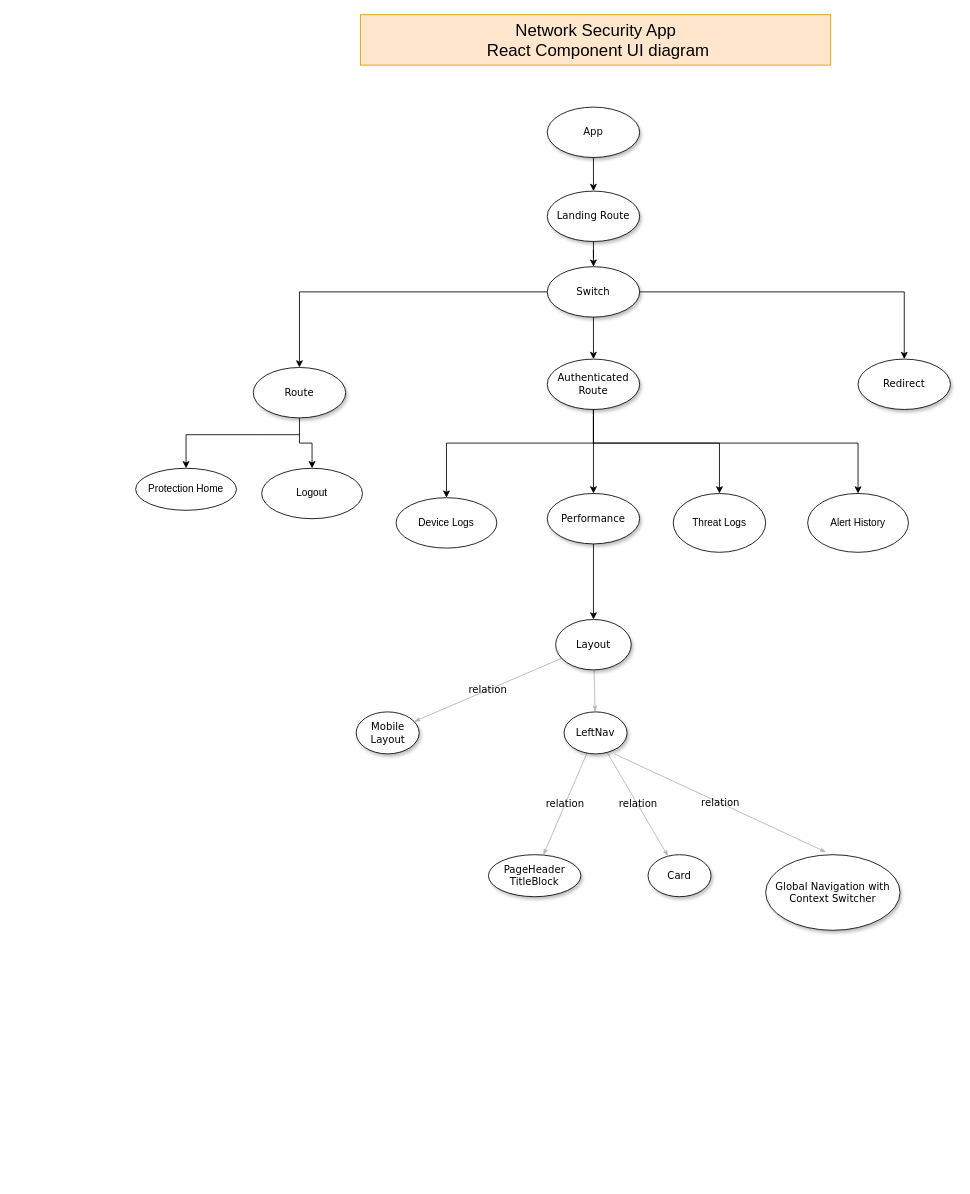
Above: front-end/React Component Diagram.drawio in jayanth0107/architecture-diagrams (draw.io), before the change. Source tidied: cells renumbered, new cells numbered last; positions are measured from the earlier drawing's top-left corner, leaving out a move shared by most shapes. Both pictures are drawn from the tidied source at 84%, with x=0, y=0 at pixel (135, 14).
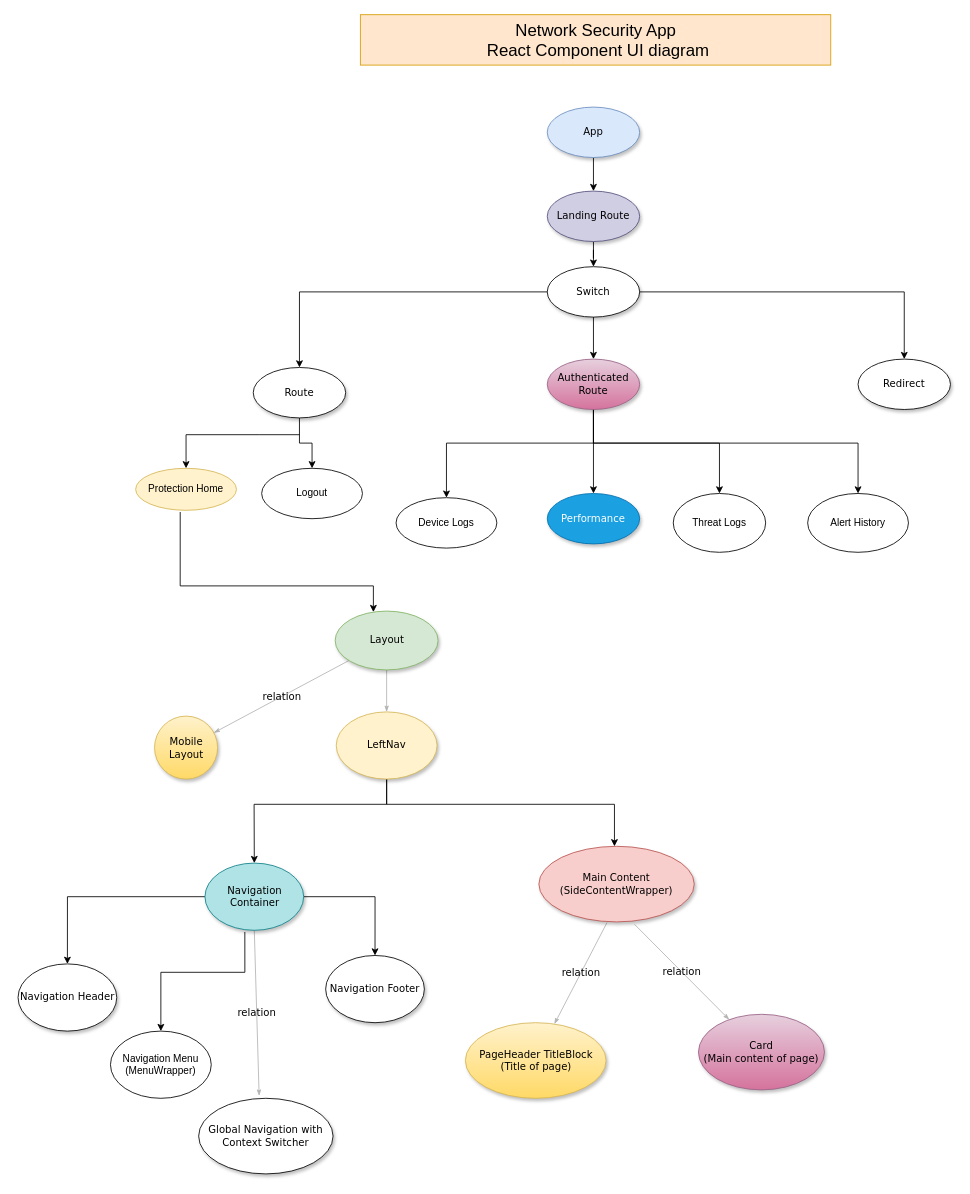
Above is the later version.

The edit, as a diff of the source:
```diff
@@
-    <mxCell id="5" style="edgeStyle=orthogonalEdgeStyle;rounded=0;jettySize=auto;html=1;" parent="1" edge="1" source="14" target="6">
-      <mxGeometry relative="1" as="geometry" />
+    <mxCell id="5" style="edgeStyle=orthogonalEdgeStyle;rounded=0;jettySize=auto;html=1;exitX=0.442;exitY=1.04;exitDx=0;exitDy=0;exitPerimeter=0;" parent="1" edge="1" source="32" target="6">
+      <mxGeometry relative="1" as="geometry">
+        <Array as="points">
+          <mxPoint x="53" y="680" />
+          <mxPoint x="283" y="680" />
+        </Array>
+      </mxGeometry>
     </mxCell>
-    <mxCell id="6" value="Layout" style="ellipse;whiteSpace=wrap;html=1;rounded=0;shadow=1;comic=0;labelBackgroundColor=none;strokeWidth=1;fontFamily=Verdana;fontSize=12;align=center;" parent="1" vertex="1">
-      <mxGeometry x="500" y="720" width="90" height="60" as="geometry" />
+    <mxCell id="6" value="Layout" style="ellipse;whiteSpace=wrap;html=1;rounded=0;shadow=1;comic=0;labelBackgroundColor=none;strokeWidth=1;fontFamily=Verdana;fontSize=12;align=center;fillColor=#d5e8d4;strokeColor=#82b366;" parent="1" vertex="1">
+      <mxGeometry x="237.5" y="710" width="122.5" height="70" as="geometry" />
     </mxCell>
-    <mxCell id="7" value="relation" style="edgeStyle=none;rounded=1;html=1;labelBackgroundColor=none;startArrow=none;startFill=0;startSize=5;endArrow=classicThin;endFill=1;endSize=5;jettySize=auto;strokeColor=#B3B3B3;strokeWidth=1;fontFamily=Verdana;fontSize=12;" parent="1" edge="1" source="9" target="11">
+    <mxCell id="7" value="relation" style="edgeStyle=none;rounded=1;html=1;labelBackgroundColor=none;startArrow=none;startFill=0;startSize=5;endArrow=classicThin;endFill=1;endSize=5;jettySize=auto;strokeColor=#B3B3B3;strokeWidth=1;fontFamily=Verdana;fontSize=12;exitX=0.438;exitY=1.011;exitDx=0;exitDy=0;exitPerimeter=0;" parent="1" edge="1" source="43" target="11">
       <mxGeometry relative="1" as="geometry" />
     </mxCell>
-    <mxCell id="8" value="relation" style="edgeStyle=none;rounded=1;html=1;labelBackgroundColor=none;startArrow=none;startFill=0;startSize=5;endArrow=classicThin;endFill=1;endSize=5;jettySize=auto;strokeColor=#B3B3B3;strokeWidth=1;fontFamily=Verdana;fontSize=12;" parent="1" edge="1" source="9" target="10">
+    <mxCell id="8" value="relation" style="edgeStyle=none;rounded=1;html=1;labelBackgroundColor=none;startArrow=none;startFill=0;startSize=5;endArrow=classicThin;endFill=1;endSize=5;jettySize=auto;strokeColor=#B3B3B3;strokeWidth=1;fontFamily=Verdana;fontSize=12;exitX=0.616;exitY=1.033;exitDx=0;exitDy=0;exitPerimeter=0;" parent="1" edge="1" source="43" target="10">
       <mxGeometry relative="1" as="geometry" />
     </mxCell>
+    <mxCell id="38" style="edgeStyle=orthogonalEdgeStyle;rounded=0;jettySize=auto;html=1;exitX=0.5;exitY=1;exitDx=0;exitDy=0;" parent="1" edge="1" source="9" target="42">
+      <mxGeometry relative="1" as="geometry">
+        <Array as="points">
+          <mxPoint x="299" y="940" />
+          <mxPoint x="141" y="940" />
+        </Array>
+      </mxGeometry>
+    </mxCell>
+    <mxCell id="39" style="edgeStyle=orthogonalEdgeStyle;rounded=0;jettySize=auto;html=1;exitX=0.5;exitY=1;exitDx=0;exitDy=0;" parent="1" edge="1" source="9" target="43">
+      <mxGeometry relative="1" as="geometry">
+        <Array as="points">
+          <mxPoint x="299" y="940" />
+          <mxPoint x="570" y="940" />
+        </Array>
+      </mxGeometry>
+    </mxCell>
-    <mxCell id="9" value="LeftNav" style="ellipse;whiteSpace=wrap;html=1;rounded=0;shadow=1;comic=0;labelBackgroundColor=none;strokeWidth=1;fontFamily=Verdana;fontSize=12;align=center;" parent="1" vertex="1">
-      <mxGeometry x="510" y="830" width="75" height="50" as="geometry" />
+    <mxCell id="9" value="LeftNav" style="ellipse;whiteSpace=wrap;html=1;rounded=0;shadow=1;comic=0;labelBackgroundColor=none;strokeWidth=1;fontFamily=Verdana;fontSize=12;align=center;fillColor=#fff2cc;strokeColor=#d6b656;" parent="1" vertex="1">
+      <mxGeometry x="238.8" y="830" width="120" height="80" as="geometry" />
     </mxCell>
-    <mxCell id="10" value="&lt;span&gt;Card&lt;/span&gt;" style="ellipse;whiteSpace=wrap;html=1;rounded=0;shadow=1;comic=0;labelBackgroundColor=none;strokeWidth=1;fontFamily=Verdana;fontSize=12;align=center;" parent="1" vertex="1">
-      <mxGeometry x="610" y="1000" width="75" height="50" as="geometry" />
+    <mxCell id="10" value="&lt;span&gt;Card&lt;br&gt;(Main content of page)&lt;br&gt;&lt;/span&gt;" style="ellipse;whiteSpace=wrap;html=1;rounded=0;shadow=1;comic=0;labelBackgroundColor=none;strokeWidth=1;fontFamily=Verdana;fontSize=12;align=center;gradientColor=#d5739d;fillColor=#e6d0de;strokeColor=#996185;" parent="1" vertex="1">
+      <mxGeometry x="670" y="1190" width="150" height="90" as="geometry" />
     </mxCell>
-    <mxCell id="11" value="&lt;span&gt;PageHeader TitleBlock&lt;/span&gt;" style="ellipse;whiteSpace=wrap;html=1;rounded=0;shadow=1;comic=0;labelBackgroundColor=none;strokeWidth=1;fontFamily=Verdana;fontSize=12;align=center;" parent="1" vertex="1">
-      <mxGeometry x="420" y="1000" width="110" height="50" as="geometry" />
+    <mxCell id="11" value="&lt;span&gt;PageHeader TitleBlock&lt;br&gt;(Title of page)&lt;br&gt;&lt;/span&gt;" style="ellipse;whiteSpace=wrap;html=1;rounded=0;shadow=1;comic=0;labelBackgroundColor=none;strokeWidth=1;fontFamily=Verdana;fontSize=12;align=center;gradientColor=#ffd966;fillColor=#fff2cc;strokeColor=#d6b656;" parent="1" vertex="1">
+      <mxGeometry x="392.5" y="1200" width="167.5" height="90" as="geometry" />
     </mxCell>
-    <mxCell id="12" value="Mobile Layout" style="ellipse;whiteSpace=wrap;html=1;rounded=0;shadow=1;comic=0;labelBackgroundColor=none;strokeWidth=1;fontFamily=Verdana;fontSize=12;align=center;" parent="1" vertex="1">
-      <mxGeometry x="262.5" y="830" width="75" height="50" as="geometry" />
+    <mxCell id="12" value="Mobile Layout" style="ellipse;whiteSpace=wrap;html=1;rounded=0;shadow=1;comic=0;labelBackgroundColor=none;strokeWidth=1;fontFamily=Verdana;fontSize=12;align=center;gradientColor=#ffd966;fillColor=#fff2cc;strokeColor=#d6b656;" parent="1" vertex="1">
+      <mxGeometry x="22.5" y="835" width="75" height="75" as="geometry" />
     </mxCell>
@@
-    <mxCell id="14" value="Performance" style="ellipse;whiteSpace=wrap;html=1;rounded=0;shadow=1;comic=0;labelBackgroundColor=none;strokeWidth=1;fontFamily=Verdana;fontSize=12;align=center;" parent="1" vertex="1">
+    <mxCell id="14" value="Performance" style="ellipse;whiteSpace=wrap;html=1;rounded=0;shadow=1;comic=0;labelBackgroundColor=none;strokeWidth=1;fontFamily=Verdana;fontSize=12;align=center;fillColor=#1ba1e2;strokeColor=#006EAF;fontColor=#ffffff;" parent="1" vertex="1">
       <mxGeometry x="490" y="570" width="110" height="60" as="geometry" />
     </mxCell>
@@
-    <mxCell id="19" value="Authenticated Route" style="ellipse;whiteSpace=wrap;html=1;rounded=0;shadow=1;comic=0;labelBackgroundColor=none;strokeWidth=1;fontFamily=Verdana;fontSize=12;align=center;" parent="1" vertex="1">
+    <mxCell id="19" value="Authenticated Route" style="ellipse;whiteSpace=wrap;html=1;rounded=0;shadow=1;comic=0;labelBackgroundColor=none;strokeWidth=1;fontFamily=Verdana;fontSize=12;align=center;gradientColor=#d5739d;fillColor=#e6d0de;strokeColor=#996185;" parent="1" vertex="1">
       <mxGeometry x="490" y="410" width="110" height="60" as="geometry" />
     </mxCell>
@@
-    <mxCell id="24" value="Landing Route" style="ellipse;whiteSpace=wrap;html=1;rounded=0;shadow=1;comic=0;labelBackgroundColor=none;strokeWidth=1;fontFamily=Verdana;fontSize=12;align=center;" parent="1" vertex="1">
+    <mxCell id="24" value="Landing Route" style="ellipse;whiteSpace=wrap;html=1;rounded=0;shadow=1;comic=0;labelBackgroundColor=none;strokeWidth=1;fontFamily=Verdana;fontSize=12;align=center;fillColor=#d0cee2;strokeColor=#56517e;" parent="1" vertex="1">
       <mxGeometry x="490" y="210" width="110" height="60" as="geometry" />
     </mxCell>
-    <mxCell id="25" value="App" style="ellipse;whiteSpace=wrap;html=1;rounded=0;shadow=1;comic=0;labelBackgroundColor=none;strokeWidth=1;fontFamily=Verdana;fontSize=12;align=center;" parent="1" vertex="1">
+    <mxCell id="25" value="App" style="ellipse;whiteSpace=wrap;html=1;rounded=0;shadow=1;comic=0;labelBackgroundColor=none;strokeWidth=1;fontFamily=Verdana;fontSize=12;align=center;fillColor=#dae8fc;strokeColor=#6c8ebf;" parent="1" vertex="1">
       <mxGeometry x="490" y="110" width="110" height="60" as="geometry" />
     </mxCell>
@@
-    <mxCell id="32" value="Protection Home" style="ellipse;whiteSpace=wrap;html=1;" parent="1" vertex="1">
+    <mxCell id="32" value="Protection Home" style="ellipse;whiteSpace=wrap;html=1;fillColor=#fff2cc;strokeColor=#d6b656;" parent="1" vertex="1">
       <mxGeometry y="540" width="120" height="50" as="geometry" />
     </mxCell>
@@
     <mxCell id="35" value="&lt;span&gt;Global Navigation with Context Switcher&lt;/span&gt;" style="ellipse;whiteSpace=wrap;html=1;rounded=0;shadow=1;comic=0;labelBackgroundColor=none;strokeWidth=1;fontFamily=Verdana;fontSize=12;align=center;" parent="1" vertex="1">
-      <mxGeometry x="750" y="1000" width="160" height="90" as="geometry" />
+      <mxGeometry x="75" y="1290" width="160" height="90" as="geometry" />
     </mxCell>
-    <mxCell id="36" value="relation" style="edgeStyle=none;rounded=1;html=1;labelBackgroundColor=none;startArrow=none;startFill=0;startSize=5;endArrow=classicThin;endFill=1;endSize=5;jettySize=auto;strokeColor=#B3B3B3;strokeWidth=1;fontFamily=Verdana;fontSize=12;entryX=0.45;entryY=-0.033;entryDx=0;entryDy=0;entryPerimeter=0;exitX=0.8;exitY=1;exitDx=0;exitDy=0;exitPerimeter=0;" parent="1" edge="1" source="9" target="35">
+    <mxCell id="36" value="relation" style="edgeStyle=none;rounded=1;html=1;labelBackgroundColor=none;startArrow=none;startFill=0;startSize=5;endArrow=classicThin;endFill=1;endSize=5;jettySize=auto;strokeColor=#B3B3B3;strokeWidth=1;fontFamily=Verdana;fontSize=12;entryX=0.45;entryY=-0.033;entryDx=0;entryDy=0;entryPerimeter=0;exitX=0.5;exitY=1;exitDx=0;exitDy=0;" parent="1" edge="1" source="42" target="35">
       <mxGeometry relative="1" as="geometry" />
     </mxCell>
@@
+    <mxCell id="40" style="edgeStyle=orthogonalEdgeStyle;rounded=0;jettySize=auto;html=1;" parent="1" edge="1" source="42" target="44">
+      <mxGeometry relative="1" as="geometry" />
+    </mxCell>
+    <mxCell id="41" style="edgeStyle=orthogonalEdgeStyle;rounded=0;jettySize=auto;html=1;" parent="1" edge="1" source="42" target="45">
+      <mxGeometry relative="1" as="geometry" />
+    </mxCell>
+    <mxCell id="42" value="Navigation Container" style="ellipse;whiteSpace=wrap;html=1;rounded=0;shadow=1;comic=0;labelBackgroundColor=none;strokeWidth=1;fontFamily=Verdana;fontSize=12;align=center;fillColor=#b0e3e6;strokeColor=#0e8088;" parent="1" vertex="1">
+      <mxGeometry x="82.5" y="1010" width="117.5" height="80" as="geometry" />
+    </mxCell>
+    <mxCell id="43" value="Main Content (SideContentWrapper)" style="ellipse;whiteSpace=wrap;html=1;rounded=0;shadow=1;comic=0;labelBackgroundColor=none;strokeWidth=1;fontFamily=Verdana;fontSize=12;align=center;fillColor=#f8cecc;strokeColor=#b85450;" parent="1" vertex="1">
+      <mxGeometry x="480" y="990" width="185" height="90" as="geometry" />
+    </mxCell>
+    <mxCell id="44" value="Navigation Header" style="ellipse;whiteSpace=wrap;html=1;rounded=0;shadow=1;comic=0;labelBackgroundColor=none;strokeWidth=1;fontFamily=Verdana;fontSize=12;align=center;" parent="1" vertex="1">
+      <mxGeometry x="-140" y="1130" width="117.5" height="80" as="geometry" />
+    </mxCell>
+    <mxCell id="45" value="Navigation Footer" style="ellipse;whiteSpace=wrap;html=1;rounded=0;shadow=1;comic=0;labelBackgroundColor=none;strokeWidth=1;fontFamily=Verdana;fontSize=12;align=center;" parent="1" vertex="1">
+      <mxGeometry x="226.2" y="1120" width="117.5" height="80" as="geometry" />
+    </mxCell>
+    <mxCell id="46" value="Navigation Menu (MenuWrapper)" style="ellipse;whiteSpace=wrap;html=1;" parent="1" vertex="1">
+      <mxGeometry x="-30" y="1210" width="120" height="80" as="geometry" />
+    </mxCell>
+    <mxCell id="47" style="edgeStyle=orthogonalEdgeStyle;rounded=0;jettySize=auto;html=1;entryX=0.5;entryY=0;entryDx=0;entryDy=0;exitX=0.404;exitY=1.025;exitDx=0;exitDy=0;exitPerimeter=0;" parent="1" edge="1" source="42" target="46">
+      <mxGeometry relative="1" as="geometry">
+        <Array as="points">
+          <mxPoint x="130" y="1140" />
+          <mxPoint x="30" y="1140" />
+        </Array>
+      </mxGeometry>
+    </mxCell>
```
